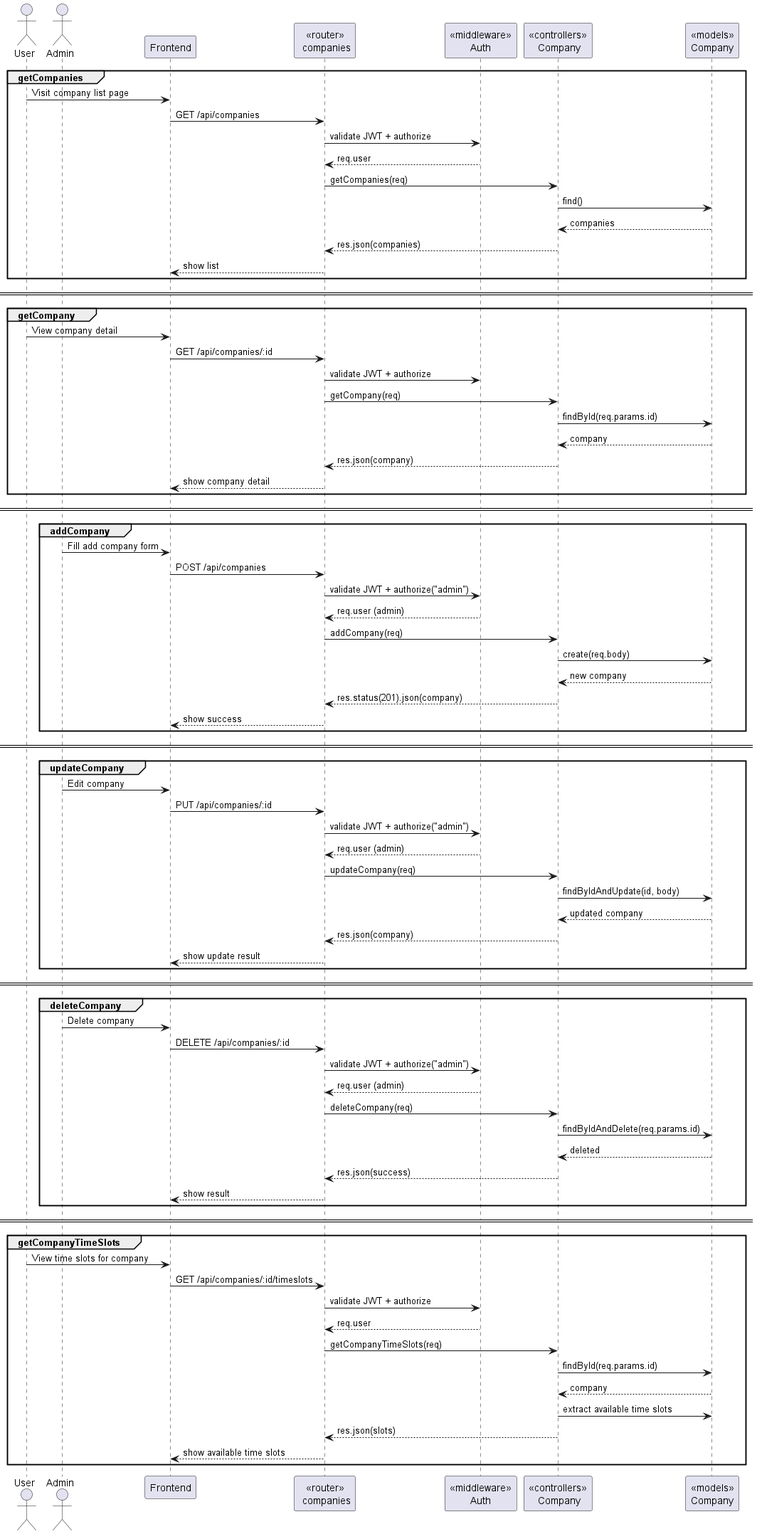
The PlantUML diagram utils/plantUML/pic/company.png in sw-dev-prac-final-project/backend, before a commit.
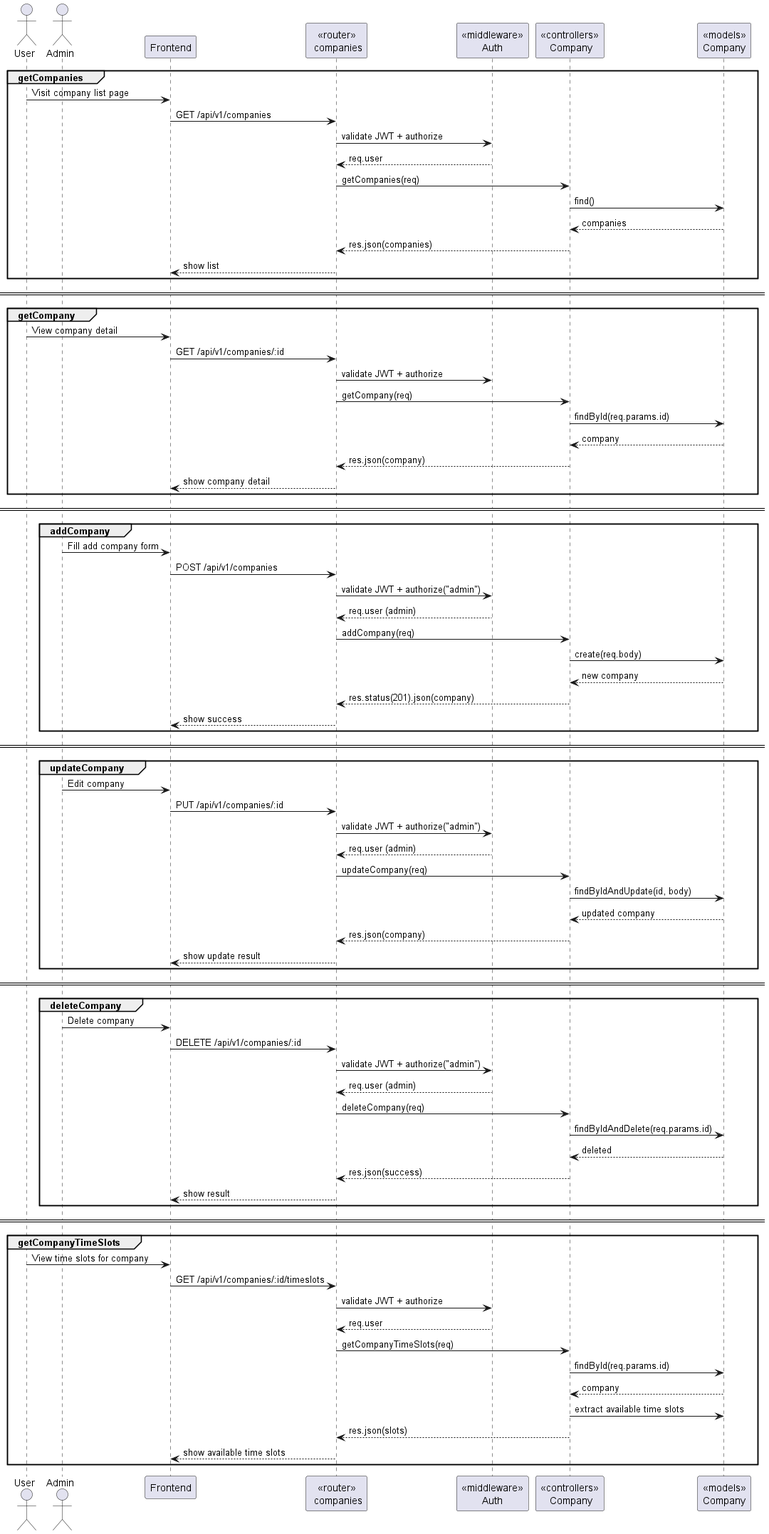
After the change.

The edit, as a diff of the source:
```diff
@@ -9,7 +9,7 @@
 
 group getCompanies
 User -> FE : Visit company list page
-FE -> Router : GET /api/companies
+FE -> Router : GET /api/v1/companies
 Router -> Auth : validate JWT + authorize
 Auth --> Router : req.user
 Router -> Controller : getCompanies(req)
@@ -23,7 +23,7 @@
 
 group getCompany
 User -> FE : View company detail
-FE -> Router : GET /api/companies/:id
+FE -> Router : GET /api/v1/companies/:id
 Router -> Auth : validate JWT + authorize
 Router -> Controller : getCompany(req)
 Controller -> CompanyModel : findById(req.params.id)
@@ -36,7 +36,7 @@
 
 group addCompany
 Admin -> FE : Fill add company form
-FE -> Router : POST /api/companies
+FE -> Router : POST /api/v1/companies
 Router -> Auth : validate JWT + authorize("admin")
 Auth --> Router : req.user (admin)
 Router -> Controller : addCompany(req)
@@ -50,7 +50,7 @@
 
 group updateCompany
 Admin -> FE : Edit company
-FE -> Router : PUT /api/companies/:id
+FE -> Router : PUT /api/v1/companies/:id
 Router -> Auth : validate JWT + authorize("admin")
 Auth --> Router : req.user (admin)
 Router -> Controller : updateCompany(req)
@@ -64,7 +64,7 @@
 
 group deleteCompany
 Admin -> FE : Delete company
-FE -> Router : DELETE /api/companies/:id
+FE -> Router : DELETE /api/v1/companies/:id
 Router -> Auth : validate JWT + authorize("admin")
 Auth --> Router : req.user (admin)
 Router -> Controller : deleteCompany(req)
@@ -78,7 +78,7 @@
 
 group getCompanyTimeSlots
 User -> FE : View time slots for company
-FE -> Router : GET /api/companies/:id/timeslots
+FE -> Router : GET /api/v1/companies/:id/timeslots
 Router -> Auth : validate JWT + authorize
 Auth --> Router : req.user
 Router -> Controller : getCompanyTimeSlots(req)
```
